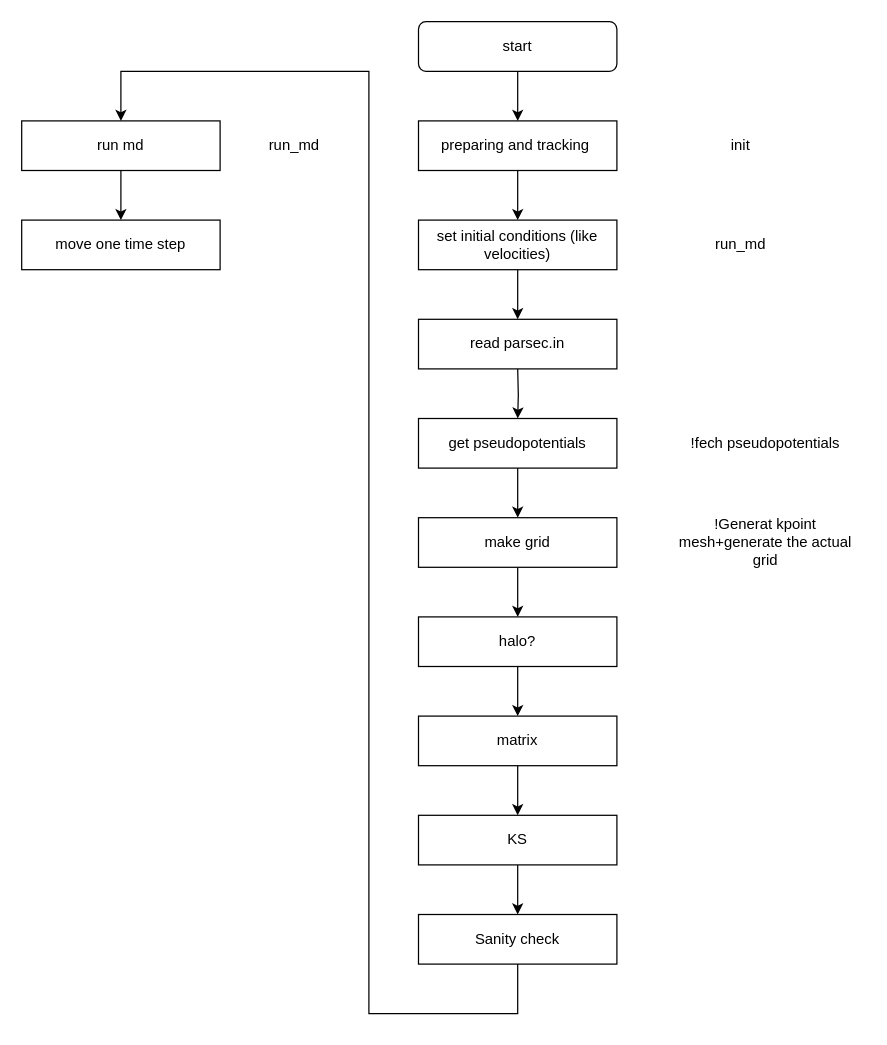
This is start_BOMD-KS.drawio from MorYagueldeLame/flowchart_BOMD, a draw.io file, before an edit. Source tidied: cells renumbered, new cells numbered last; positions are measured from the earlier drawing's top-left corner, leaving out a move shared by most shapes. Both pictures are drawn from the tidied source at 124%, with x=0, y=0 at pixel (21, 21).
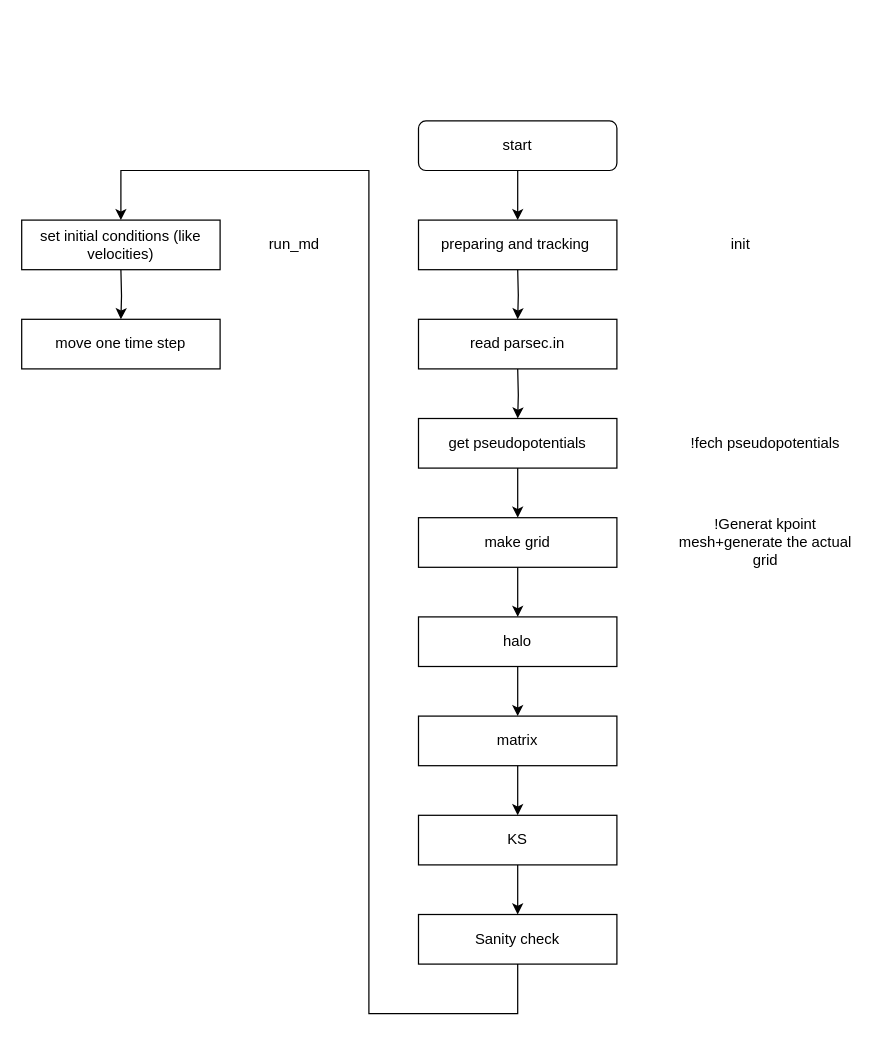
The same page after the edit.

The change refers to these unchanged cells:
```xml
<mxCell id="24" value="Sanity check" style="whiteSpace=wrap;html=1;" parent="1" vertex="1">
  <mxGeometry x="320" y="720" width="160" height="40" as="geometry" />
</mxCell>
```

The edit, as a diff of the source:
```diff
@@
     <mxCell id="3" value="start" style="rounded=1;whiteSpace=wrap;html=1;" parent="1" vertex="1">
-      <mxGeometry x="320" width="160" height="40" as="geometry" />
+      <mxGeometry x="320" y="80" width="160" height="40" as="geometry" />
     </mxCell>
-    <mxCell id="4" style="edgeStyle=orthogonalEdgeStyle;rounded=0;jettySize=auto;html=1;" parent="1" edge="1" source="5">
+    <mxCell id="4" style="edgeStyle=orthogonalEdgeStyle;rounded=0;orthogonalLoop=1;jettySize=auto;html=1;" parent="1" edge="1">
       <mxGeometry relative="1" as="geometry">
+        <mxPoint x="400" y="200" as="sourcePoint" />
         <mxPoint x="400" y="240" as="targetPoint" />
       </mxGeometry>
     </mxCell>
-    <mxCell id="5" value="set initial conditions (like velocities)" style="rounded=0;whiteSpace=wrap;html=1;" parent="1" vertex="1">
-      <mxGeometry x="320" y="160" width="160" height="40" as="geometry" />
-    </mxCell>
-    <mxCell id="6" style="edgeStyle=orthogonalEdgeStyle;rounded=0;jettySize=auto;html=1;" parent="1" edge="1" source="7" target="5">
-      <mxGeometry relative="1" as="geometry" />
-    </mxCell>
     <mxCell id="7" value="preparing and tracking&amp;nbsp;" style="rounded=0;whiteSpace=wrap;html=1;" parent="1" vertex="1">
-      <mxGeometry x="320" y="80" width="160" height="40" as="geometry" />
+      <mxGeometry x="320" y="160" width="160" height="40" as="geometry" />
     </mxCell>
     <mxCell id="8" value="init" style="text;html=1;strokeColor=none;fillColor=none;align=center;verticalAlign=middle;whiteSpace=wrap;rounded=0;" parent="1" vertex="1">
-      <mxGeometry x="520" y="80" width="120" height="40" as="geometry" />
+      <mxGeometry x="520" y="160" width="120" height="40" as="geometry" />
     </mxCell>
-    <mxCell id="9" value="run_md" style="text;html=1;strokeColor=none;fillColor=none;align=center;verticalAlign=middle;whiteSpace=wrap;rounded=0;" parent="1" vertex="1">
-      <mxGeometry x="520" y="160" width="120" height="40" as="geometry" />
-    </mxCell>
@@
-    <mxCell id="19" value="halo?" style="whiteSpace=wrap;html=1;" parent="1" vertex="1">
+    <mxCell id="19" value="halo" style="whiteSpace=wrap;html=1;" parent="1" vertex="1">
       <mxGeometry x="320" y="480" width="160" height="40" as="geometry" />
     </mxCell>
@@
-    <mxCell id="25" style="endArrow=classic;html=1;rounded=0;" parent="1" edge="1">
+    <mxCell id="25" style="endArrow=classic;html=1;rounded=0;exitX=0.5;exitY=1;exitDx=0;exitDy=0;" parent="1" edge="1" source="24">
       <mxGeometry relative="1" as="geometry">
-        <mxPoint x="400" y="760" as="sourcePoint" />
-        <mxPoint x="80" y="80" as="targetPoint" />
+        <mxPoint x="80" y="160" as="targetPoint" />
         <Array as="points">
           <mxPoint x="400" y="800" />
+          <mxPoint x="360" y="800" />
           <mxPoint x="280" y="800" />
-          <mxPoint x="280" y="40" />
-          <mxPoint x="80" y="40" />
+          <mxPoint x="280" y="120" />
+          <mxPoint x="80" y="120" />
         </Array>
       </mxGeometry>
     </mxCell>
-    <mxCell id="26" style="edgeStyle=orthogonalEdgeStyle;rounded=0;jettySize=auto;html=1;" parent="1" edge="1" source="27" target="29">
-      <mxGeometry relative="1" as="geometry" />
+    <mxCell id="26" style="edgeStyle=orthogonalEdgeStyle;rounded=0;jettySize=auto;html=1;" parent="1" edge="1" target="29">
+      <mxGeometry relative="1" as="geometry">
+        <mxPoint x="80" y="200" as="sourcePoint" />
+      </mxGeometry>
     </mxCell>
-    <mxCell id="27" value="run md" style="whiteSpace=wrap;html=1;" parent="1" vertex="1">
-      <mxGeometry y="80" width="160" height="40" as="geometry" />
-    </mxCell>
     <mxCell id="28" value="run_md" style="text;html=1;strokeColor=none;fillColor=none;align=center;verticalAlign=middle;whiteSpace=wrap;rounded=0;" parent="1" vertex="1">
-      <mxGeometry x="160" y="80" width="120" height="40" as="geometry" />
+      <mxGeometry x="160" y="160" width="120" height="40" as="geometry" />
     </mxCell>
     <mxCell id="29" value="move one time step" style="whiteSpace=wrap;html=1;" parent="1" vertex="1">
-      <mxGeometry y="160" width="160" height="40" as="geometry" />
+      <mxGeometry y="240" width="160" height="40" as="geometry" />
     </mxCell>
+    <mxCell id="5" value="set initial conditions (like velocities)" style="rounded=0;whiteSpace=wrap;html=1;" parent="1" vertex="1">
+      <mxGeometry y="160" width="160" height="40" as="geometry" />
+    </mxCell>
```
